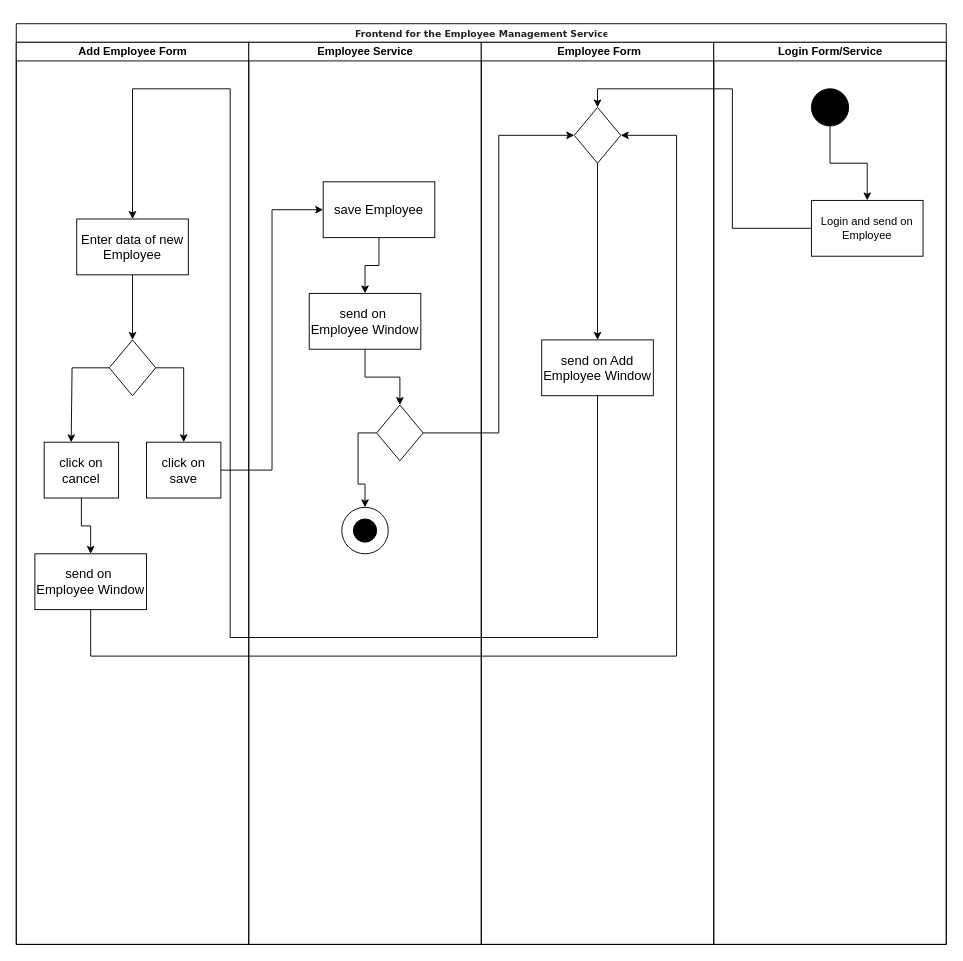
Above: page "Neuen Mitarbeiter" (1 of 2) of LoginProject.drawio in DatPriest/loginProject (draw.io), before the change. Source tidied: cells renumbered, new cells numbered last; positions are measured from the earlier drawing's top-left corner, leaving out a move shared by most shapes. Both pictures are drawn from the tidied source at 93%, with x=0, y=0 at pixel (16, 23).
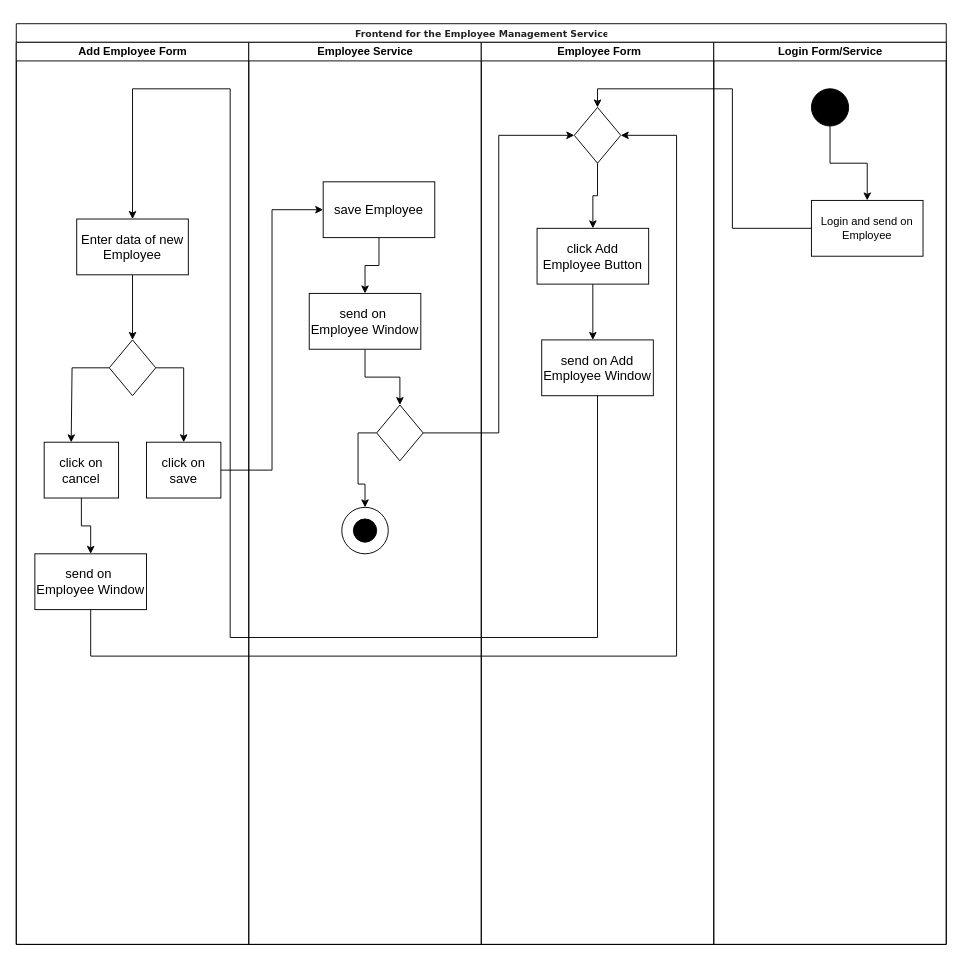
Above is the later version.

Unchanged cells that the change refers to:
```xml
<mxCell id="22" value="&amp;nbsp;Employee Form" style="swimlane;html=1;startSize=20;" parent="2" vertex="1">
  <mxGeometry x="500" y="20" width="250" height="970" as="geometry" />
</mxCell>
<mxCell id="25" style="rhombus;whiteSpace=wrap;html=1;fontSize=10;" parent="22" vertex="1">
  <mxGeometry x="100" y="70" width="50" height="60" as="geometry" />
</mxCell>
<mxCell id="27" value="send on Add Employee Window" style="rounded=0;whiteSpace=wrap;html=1;fontSize=14;" parent="22" vertex="1">
  <mxGeometry x="65" y="320" width="120" height="60" as="geometry" />
</mxCell>
```

What changed in the source:
```diff
@@
+    <mxCell id="39" style="edgeStyle=orthogonalEdgeStyle;rounded=0;jettySize=auto;html=1;entryX=0.5;entryY=0;entryDx=0;entryDy=0;" parent="22" edge="1" source="25" target="41">
+      <mxGeometry relative="1" as="geometry" />
+    </mxCell>
@@
-    <mxCell id="26" style="endArrow=classic;html=1;rounded=0;fontSize=10;exitX=0.5;exitY=1;exitDx=0;exitDy=0;entryX=0.5;entryY=0;entryDx=0;entryDy=0;" parent="22" edge="1" source="25" target="27">
-      <mxGeometry relative="1" as="geometry" />
-    </mxCell>
@@
+    <mxCell id="40" style="edgeStyle=orthogonalEdgeStyle;rounded=0;jettySize=auto;html=1;entryX=0.458;entryY=0;entryDx=0;entryDy=0;entryPerimeter=0;" parent="22" edge="1" source="41" target="27">
+      <mxGeometry relative="1" as="geometry" />
+    </mxCell>
+    <mxCell id="41" value="click Add Employee Button" style="rounded=0;whiteSpace=wrap;html=1;fontSize=14;" parent="22" vertex="1">
+      <mxGeometry x="60" y="200" width="120" height="60" as="geometry" />
+    </mxCell>
```
